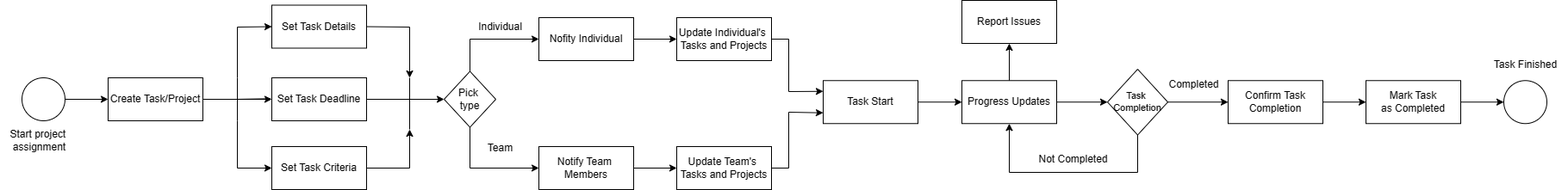
ilten22/SAD keeps this draw.io diagram as BPMN/taskManagementBPMN.drawio.png. Above is the earlier version. Source tidied: cells renumbered, new cells last; positions are measured from the earlier drawing's top-left corner, leaving out a move shared by most shapes.
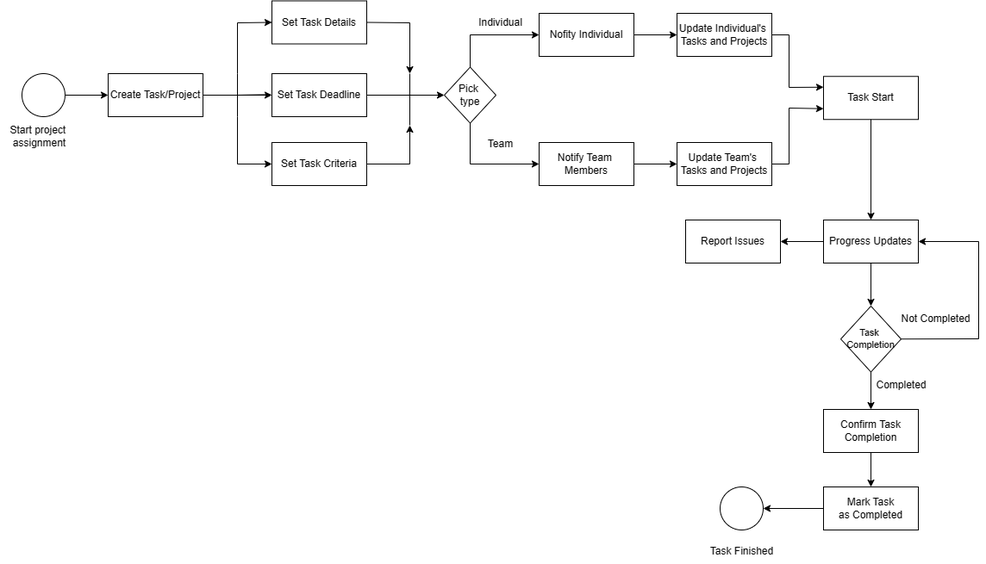
Above is the later version.

What changed in the source:
```diff
@@ -45,28 +45,28 @@
       <mxGeometry x="315" y="5.5" width="110" height="50" as="geometry" />
     </mxCell>
     <mxCell id="16" value="Progress Updates" style="rounded=0;whiteSpace=wrap;html=1;" parent="1" vertex="1">
-      <mxGeometry x="1116" y="93.2" width="110" height="50" as="geometry" />
+      <mxGeometry x="955" y="260" width="110" height="50" as="geometry" />
     </mxCell>
     <mxCell id="17" value="Report Issues" style="rounded=0;whiteSpace=wrap;html=1;" parent="1" vertex="1">
-      <mxGeometry x="1116" width="110" height="50" as="geometry" />
+      <mxGeometry x="795" y="260" width="110" height="50" as="geometry" />
     </mxCell>
     <mxCell id="18" value="Task&amp;nbsp;&lt;br style=&quot;font-size: 11px;&quot;&gt;Completion" style="rhombus;whiteSpace=wrap;html=1;direction=south;fontSize=11;" parent="1" vertex="1">
-      <mxGeometry x="1285" y="80" width="70" height="76.5" as="geometry" />
+      <mxGeometry x="975" y="360" width="70" height="76.5" as="geometry" />
     </mxCell>
     <mxCell id="19" value="Completed" style="text;html=1;align=center;verticalAlign=middle;strokeColor=none;fillColor=none;" parent="1" vertex="1">
-      <mxGeometry x="1345" y="82.5" width="80" height="30" as="geometry" />
+      <mxGeometry x="1005" y="436.5" width="80" height="30" as="geometry" />
     </mxCell>
     <mxCell id="20" value="Not Completed" style="text;html=1;align=center;verticalAlign=middle;strokeColor=none;fillColor=none;" parent="1" vertex="1">
-      <mxGeometry x="1195" y="170" width="100" height="30" as="geometry" />
+      <mxGeometry x="1035" y="360" width="100" height="30" as="geometry" />
     </mxCell>
     <mxCell id="21" value="Confirm Task&lt;br&gt;Completion" style="rounded=0;whiteSpace=wrap;html=1;" parent="1" vertex="1">
-      <mxGeometry x="1425" y="93.2" width="110" height="50" as="geometry" />
+      <mxGeometry x="955" y="480" width="110" height="50" as="geometry" />
     </mxCell>
     <mxCell id="22" value="Mark Task&lt;br&gt;as Completed" style="rounded=0;whiteSpace=wrap;html=1;" parent="1" vertex="1">
-      <mxGeometry x="1585" y="93.2" width="110" height="50" as="geometry" />
+      <mxGeometry x="955" y="570" width="110" height="50" as="geometry" />
     </mxCell>
     <mxCell id="23" style="ellipse;whiteSpace=wrap;html=1;" parent="1" vertex="1">
-      <mxGeometry x="1745" y="93.2" width="50" height="50" as="geometry" />
+      <mxGeometry x="835" y="570" width="50" height="50" as="geometry" />
     </mxCell>
     <mxCell id="24" style="endArrow=classic;html=1;rounded=0;exitX=1;exitY=0.5;exitDx=0;exitDy=0;entryX=0;entryY=0.5;entryDx=0;entryDy=0;" parent="1" edge="1" source="2" target="4">
       <mxGeometry relative="1" as="geometry" />
@@ -167,33 +167,33 @@
         </Array>
       </mxGeometry>
     </mxCell>
-    <mxCell id="41" style="endArrow=classic;html=1;rounded=0;entryX=0;entryY=0.5;entryDx=0;entryDy=0;exitX=1;exitY=0.5;exitDx=0;exitDy=0;" parent="1" edge="1" source="13" target="16">
+    <mxCell id="41" style="endArrow=classic;html=1;rounded=0;entryX=0.5;entryY=0;entryDx=0;entryDy=0;exitX=0.5;exitY=1;exitDx=0;exitDy=0;" parent="1" edge="1" source="13" target="16">
       <mxGeometry relative="1" as="geometry" />
     </mxCell>
-    <mxCell id="42" style="endArrow=classic;html=1;rounded=0;exitX=0.5;exitY=0;exitDx=0;exitDy=0;entryX=0.5;entryY=1;entryDx=0;entryDy=0;" parent="1" edge="1" source="16" target="17">
+    <mxCell id="42" style="endArrow=classic;html=1;rounded=0;exitX=0;exitY=0.5;exitDx=0;exitDy=0;entryX=1;entryY=0.5;entryDx=0;entryDy=0;" parent="1" edge="1" source="16" target="17">
       <mxGeometry relative="1" as="geometry" />
     </mxCell>
-    <mxCell id="43" style="endArrow=classic;html=1;rounded=0;exitX=1;exitY=0.5;exitDx=0;exitDy=0;entryX=0.5;entryY=1;entryDx=0;entryDy=0;" parent="1" edge="1" source="16" target="18">
+    <mxCell id="43" style="endArrow=classic;html=1;rounded=0;exitX=0.5;exitY=1;exitDx=0;exitDy=0;entryX=0;entryY=0.5;entryDx=0;entryDy=0;" parent="1" edge="1" source="16" target="18">
       <mxGeometry relative="1" as="geometry" />
     </mxCell>
-    <mxCell id="44" style="endArrow=classic;html=1;rounded=0;exitX=1;exitY=0.5;exitDx=0;exitDy=0;entryX=0.5;entryY=1;entryDx=0;entryDy=0;" parent="1" edge="1" source="18" target="16">
+    <mxCell id="44" style="endArrow=classic;html=1;rounded=0;exitX=0.5;exitY=0;exitDx=0;exitDy=0;entryX=1;entryY=0.5;entryDx=0;entryDy=0;" parent="1" edge="1" source="18" target="16">
       <mxGeometry relative="1" as="geometry">
         <Array as="points">
-          <mxPoint x="1320" y="200" />
-          <mxPoint x="1171" y="200" />
+          <mxPoint x="1135" y="398" />
+          <mxPoint x="1135" y="285" />
         </Array>
       </mxGeometry>
     </mxCell>
-    <mxCell id="45" style="endArrow=classic;html=1;rounded=0;exitX=0.5;exitY=0;exitDx=0;exitDy=0;entryX=0;entryY=0.5;entryDx=0;entryDy=0;" parent="1" edge="1" source="18" target="21">
+    <mxCell id="45" style="endArrow=classic;html=1;rounded=0;entryX=0.5;entryY=0;entryDx=0;entryDy=0;exitX=1;exitY=0.5;exitDx=0;exitDy=0;" parent="1" edge="1" source="18" target="21">
       <mxGeometry relative="1" as="geometry" />
     </mxCell>
-    <mxCell id="46" style="endArrow=classic;html=1;rounded=0;exitX=1;exitY=0.5;exitDx=0;exitDy=0;entryX=0;entryY=0.5;entryDx=0;entryDy=0;" parent="1" edge="1" source="21" target="22">
+    <mxCell id="46" style="endArrow=classic;html=1;rounded=0;exitX=0.5;exitY=1;exitDx=0;exitDy=0;entryX=0.5;entryY=0;entryDx=0;entryDy=0;" parent="1" edge="1" source="21" target="22">
       <mxGeometry relative="1" as="geometry" />
     </mxCell>
     <mxCell id="47" value="Task Finished" style="text;html=1;align=center;verticalAlign=middle;strokeColor=none;fillColor=none;" parent="1" vertex="1">
-      <mxGeometry x="1720" y="60" width="100" height="30" as="geometry" />
+      <mxGeometry x="810" y="630" width="100" height="30" as="geometry" />
     </mxCell>
-    <mxCell id="48" style="endArrow=classic;html=1;rounded=0;exitX=1;exitY=0.5;exitDx=0;exitDy=0;entryX=0;entryY=0.5;entryDx=0;entryDy=0;" parent="1" edge="1" source="22" target="23">
+    <mxCell id="48" style="endArrow=classic;html=1;rounded=0;entryX=1;entryY=0.5;entryDx=0;entryDy=0;exitX=0;exitY=0.5;exitDx=0;exitDy=0;" parent="1" edge="1" source="22" target="23">
       <mxGeometry relative="1" as="geometry" />
     </mxCell>
   </root>
```
